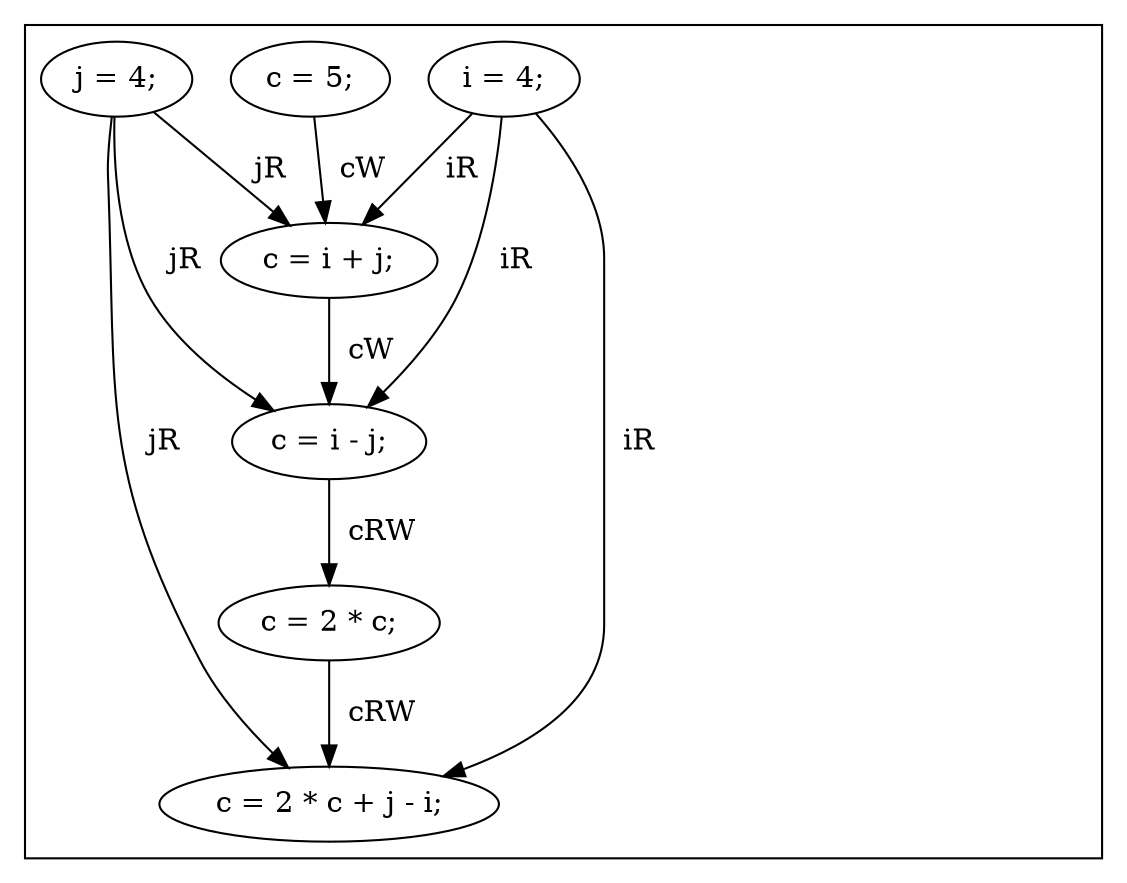
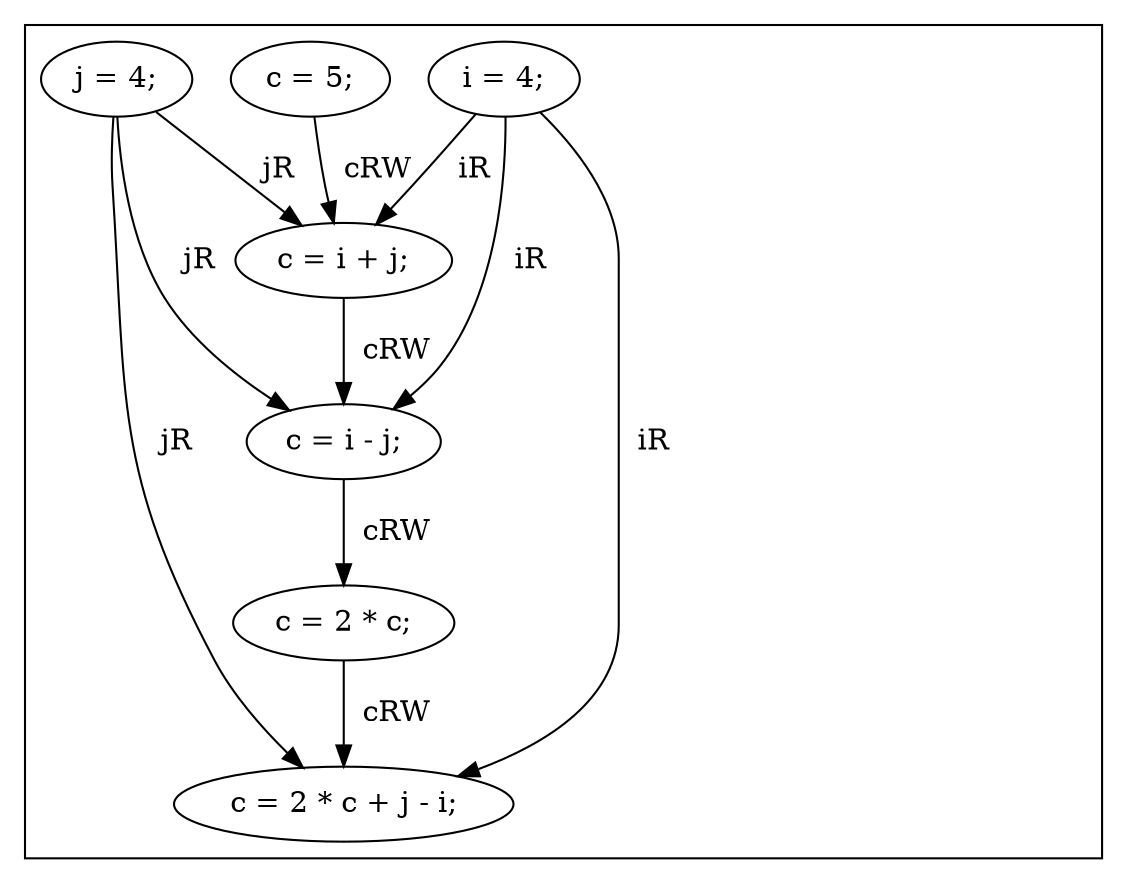
digraph G {
subgraph cluster_f0 {
    invisibleNodeScope_0 [style=invis];
    0 [label="i = 4;"];
    0 -> 6[label="  iR"];
    0 -> 4[label="  iR"];
    0 -> 3[label="  iR"];
    1 [label="j = 4;"];
    1 -> 6[label="  jR"];
    1 -> 4[label="  jR"];
    1 -> 3[label="  jR"];
    2 [label="c = 5;"];
-     2 -> 3[label="  cW"];
+     2 -> 3[label="  cRW"];
    3 [label="c = i + j;"];
-     3 -> 4[label="  cW"];
+     3 -> 4[label="  cRW"];
    4 [label="c = i - j;"];
    4 -> 5[label="  cRW"];
    5 [label="c = 2 * c;"];
    5 -> 6[label="  cRW"];
    6 [label="c = 2 * c + j - i;"];
}
}
